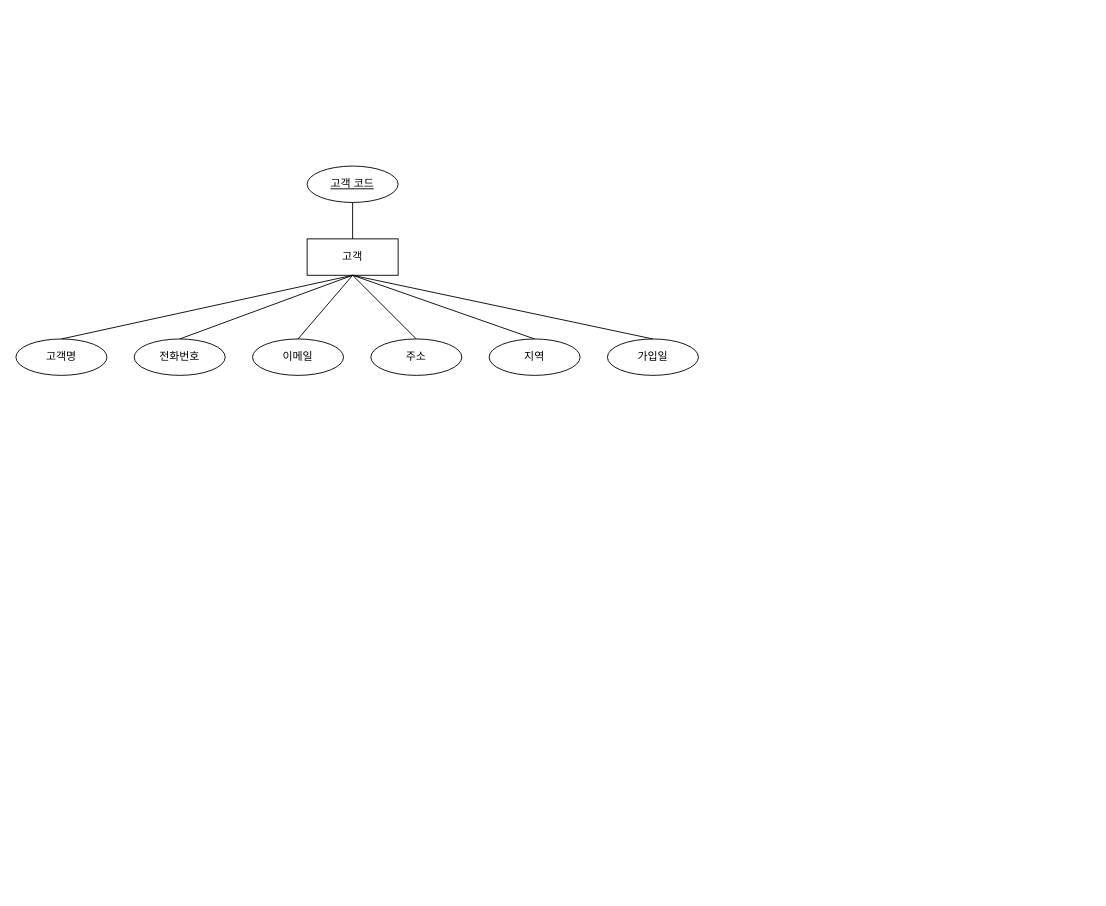
Earlier version of the draw.io diagram erd.drawio (KoYoungJ/ai8erd). Source tidied: cells renumbered, new cells numbered last; positions are measured from the earlier drawing's top-left corner, leaving out a move shared by most shapes. Both pictures are drawn from the tidied source at 91%, with x=0, y=0 at pixel (15, 166).
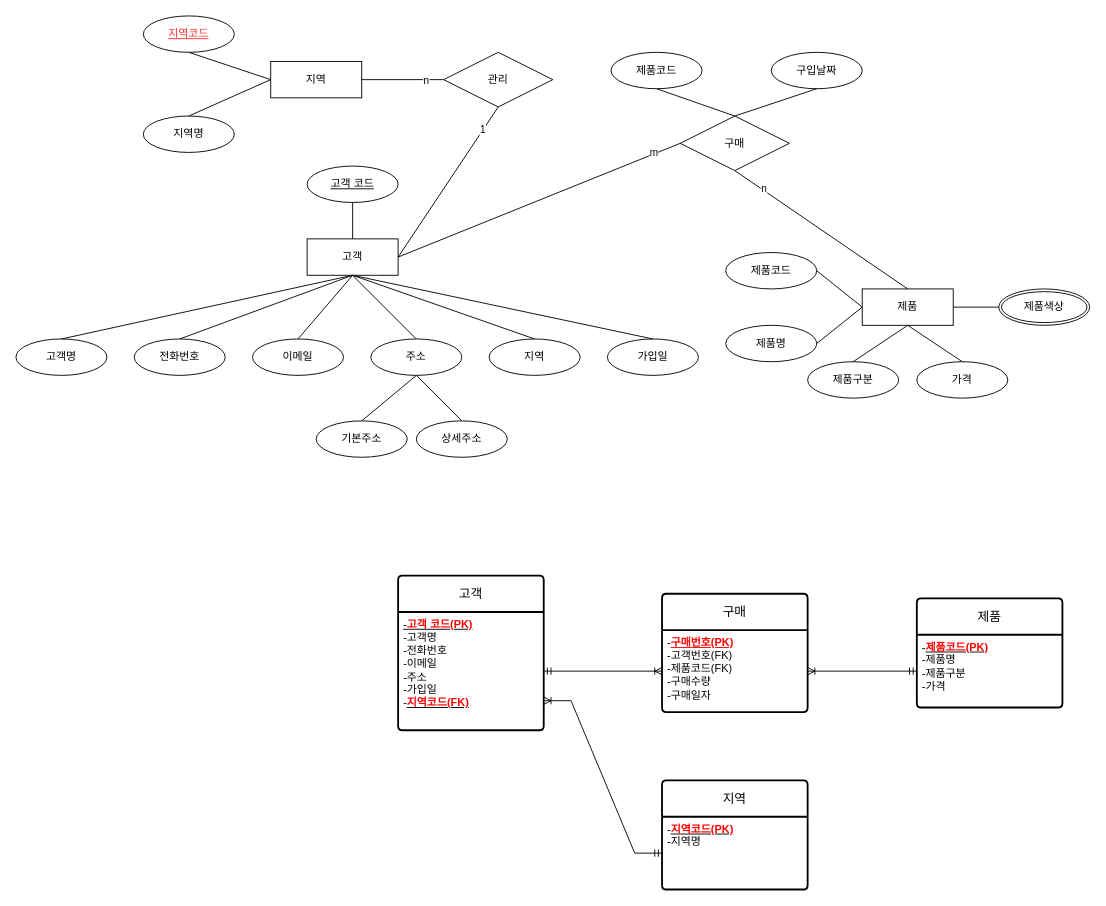
The same page after the edit.

The change refers to these unchanged cells:
```xml
<mxCell id="2" value="고객" style="whiteSpace=wrap;html=1;align=center;" parent="1" vertex="1">
  <mxGeometry x="320" y="80" width="100" height="40" as="geometry" />
</mxCell>
<mxCell id="4" value="주소" style="ellipse;whiteSpace=wrap;html=1;align=center;" parent="1" vertex="1">
  <mxGeometry x="390" y="190" width="100" height="40" as="geometry" />
</mxCell>
```

The edit, as a diff of the source:
```diff
@@
+    <mxCell id="17" value="기본주소" style="ellipse;whiteSpace=wrap;html=1;align=center;" parent="1" vertex="1">
+      <mxGeometry x="330" y="280" width="100" height="40" as="geometry" />
+    </mxCell>
+    <mxCell id="18" value="상세주소" style="ellipse;whiteSpace=wrap;html=1;align=center;" parent="1" vertex="1">
+      <mxGeometry x="440" y="280" width="100" height="40" as="geometry" />
+    </mxCell>
+    <mxCell id="19" style="endArrow=none;html=1;rounded=0;entryX=0.5;entryY=1;entryDx=0;entryDy=0;exitX=0.5;exitY=0;exitDx=0;exitDy=0;" parent="1" edge="1" source="17" target="4">
+      <mxGeometry relative="1" as="geometry" />
+    </mxCell>
+    <mxCell id="20" style="endArrow=none;html=1;rounded=0;entryX=0.5;entryY=1;entryDx=0;entryDy=0;exitX=0.5;exitY=0;exitDx=0;exitDy=0;" parent="1" edge="1" source="18" target="4">
+      <mxGeometry relative="1" as="geometry" />
+    </mxCell>
+    <mxCell id="21" value="지역" style="whiteSpace=wrap;html=1;align=center;" parent="1" vertex="1">
+      <mxGeometry x="280" y="-115" width="100" height="40" as="geometry" />
+    </mxCell>
+    <mxCell id="22" value="지역코드" style="ellipse;whiteSpace=wrap;html=1;align=center;fontStyle=4;fontColor=#FF3333;" parent="1" vertex="1">
+      <mxGeometry x="140" y="-165" width="100" height="40" as="geometry" />
+    </mxCell>
+    <mxCell id="23" value="지역명" style="ellipse;whiteSpace=wrap;html=1;align=center;" parent="1" vertex="1">
+      <mxGeometry x="140" y="-55" width="100" height="40" as="geometry" />
+    </mxCell>
+    <mxCell id="24" style="endArrow=none;html=1;rounded=0;entryX=0;entryY=0.5;entryDx=0;entryDy=0;exitX=0.5;exitY=1;exitDx=0;exitDy=0;" parent="1" edge="1" source="22" target="21">
+      <mxGeometry relative="1" as="geometry" />
+    </mxCell>
+    <mxCell id="25" style="endArrow=none;html=1;rounded=0;exitX=0.5;exitY=0;exitDx=0;exitDy=0;entryX=0;entryY=0.5;entryDx=0;entryDy=0;" parent="1" edge="1" source="23" target="21">
+      <mxGeometry relative="1" as="geometry" />
+    </mxCell>
+    <mxCell id="26" value="제품" style="whiteSpace=wrap;html=1;align=center;" parent="1" vertex="1">
+      <mxGeometry x="930" y="135" width="100" height="40" as="geometry" />
+    </mxCell>
+    <mxCell id="27" value="제품코드" style="ellipse;whiteSpace=wrap;html=1;align=center;" parent="1" vertex="1">
+      <mxGeometry x="780" y="95" width="100" height="40" as="geometry" />
+    </mxCell>
+    <mxCell id="28" value="제품명" style="ellipse;whiteSpace=wrap;html=1;align=center;" parent="1" vertex="1">
+      <mxGeometry x="780" y="175" width="100" height="40" as="geometry" />
+    </mxCell>
+    <mxCell id="29" value="제품구분" style="ellipse;whiteSpace=wrap;html=1;align=center;" parent="1" vertex="1">
+      <mxGeometry x="870" y="215" width="100" height="40" as="geometry" />
+    </mxCell>
+    <mxCell id="30" value="가격" style="ellipse;whiteSpace=wrap;html=1;align=center;" parent="1" vertex="1">
+      <mxGeometry x="990" y="215" width="100" height="40" as="geometry" />
+    </mxCell>
+    <mxCell id="31" value="제품색상" style="ellipse;shape=doubleEllipse;margin=3;whiteSpace=wrap;html=1;align=center;" parent="1" vertex="1">
+      <mxGeometry x="1080" y="135" width="100" height="40" as="geometry" />
+    </mxCell>
+    <mxCell id="32" style="endArrow=none;html=1;rounded=0;exitX=0;exitY=0.5;exitDx=0;exitDy=0;entryX=1;entryY=0.5;entryDx=0;entryDy=0;" parent="1" edge="1" source="26" target="27">
+      <mxGeometry relative="1" as="geometry" />
+    </mxCell>
+    <mxCell id="33" style="endArrow=none;html=1;rounded=0;exitX=0;exitY=0.5;exitDx=0;exitDy=0;entryX=1;entryY=0.5;entryDx=0;entryDy=0;" parent="1" edge="1" source="26" target="28">
+      <mxGeometry relative="1" as="geometry" />
+    </mxCell>
+    <mxCell id="34" style="endArrow=none;html=1;rounded=0;exitX=0.5;exitY=1;exitDx=0;exitDy=0;entryX=0.5;entryY=0;entryDx=0;entryDy=0;" parent="1" edge="1" source="26" target="29">
+      <mxGeometry relative="1" as="geometry" />
+    </mxCell>
+    <mxCell id="35" style="endArrow=none;html=1;rounded=0;entryX=0.5;entryY=0;entryDx=0;entryDy=0;" parent="1" edge="1" target="30">
+      <mxGeometry relative="1" as="geometry">
+        <mxPoint x="980" y="175" as="sourcePoint" />
+      </mxGeometry>
+    </mxCell>
+    <mxCell id="36" style="endArrow=none;html=1;rounded=0;entryX=0;entryY=0.5;entryDx=0;entryDy=0;exitX=1;exitY=0.5;exitDx=0;exitDy=0;" parent="1" edge="1" source="26" target="31">
+      <mxGeometry relative="1" as="geometry" />
+    </mxCell>
+    <mxCell id="37" value="관리" style="shape=rhombus;perimeter=rhombusPerimeter;whiteSpace=wrap;html=1;align=center;" parent="1" vertex="1">
+      <mxGeometry x="470" y="-125" width="120" height="60" as="geometry" />
+    </mxCell>
+    <mxCell id="38" style="endArrow=none;html=1;rounded=0;entryX=1;entryY=0.5;entryDx=0;entryDy=0;exitX=0.5;exitY=1;exitDx=0;exitDy=0;" parent="1" edge="1" source="37" target="2">
+      <mxGeometry relative="1" as="geometry" />
+    </mxCell>
+    <mxCell id="39" value="1" style="edgeLabel;html=1;align=center;verticalAlign=middle;" parent="38" vertex="1">
+      <mxGeometry x="-0.7" y="-1" relative="1" as="geometry" />
+    </mxCell>
+    <mxCell id="40" style="endArrow=none;html=1;rounded=0;entryX=1;entryY=0.5;entryDx=0;entryDy=0;exitX=0;exitY=0.5;exitDx=0;exitDy=0;" parent="1" edge="1" source="37" target="21">
+      <mxGeometry relative="1" as="geometry" />
+    </mxCell>
+    <mxCell id="41" value="n" style="edgeLabel;html=1;align=center;verticalAlign=middle;" parent="40" vertex="1">
+      <mxGeometry x="-0.56" relative="1" as="geometry" />
+    </mxCell>
+    <mxCell id="42" value="구매" style="shape=rhombus;perimeter=rhombusPerimeter;whiteSpace=wrap;html=1;align=center;" parent="1" vertex="1">
+      <mxGeometry x="730" y="-55" width="120" height="60" as="geometry" />
+    </mxCell>
+    <mxCell id="43" style="endArrow=none;html=1;rounded=0;entryX=1;entryY=0.5;entryDx=0;entryDy=0;exitX=0;exitY=0.5;exitDx=0;exitDy=0;" parent="1" edge="1" source="42" target="2">
+      <mxGeometry relative="1" as="geometry" />
+    </mxCell>
+    <mxCell id="44" value="m" style="edgeLabel;html=1;align=center;verticalAlign=middle;" parent="43" vertex="1">
+      <mxGeometry x="-0.85" y="5" relative="1" as="geometry">
+        <mxPoint x="-8" y="-4" as="offset" />
+      </mxGeometry>
+    </mxCell>
+    <mxCell id="45" style="endArrow=none;html=1;rounded=0;entryX=0.5;entryY=0;entryDx=0;entryDy=0;exitX=0.5;exitY=1;exitDx=0;exitDy=0;" parent="1" edge="1" source="42" target="26">
+      <mxGeometry relative="1" as="geometry" />
+    </mxCell>
+    <mxCell id="46" value="n" style="edgeLabel;html=1;align=center;verticalAlign=middle;" parent="45" vertex="1">
+      <mxGeometry x="-0.68" y="2" relative="1" as="geometry" />
+    </mxCell>
+    <mxCell id="47" value="제품코드" style="ellipse;whiteSpace=wrap;html=1;align=center;" parent="1" vertex="1">
+      <mxGeometry x="654" y="-125" width="100" height="40" as="geometry" />
+    </mxCell>
+    <mxCell id="48" value="구입날짜" style="ellipse;whiteSpace=wrap;html=1;align=center;" parent="1" vertex="1">
+      <mxGeometry x="830" y="-125" width="100" height="40" as="geometry" />
+    </mxCell>
+    <mxCell id="49" style="endArrow=none;html=1;rounded=0;entryX=0.5;entryY=1;entryDx=0;entryDy=0;exitX=0.5;exitY=0;exitDx=0;exitDy=0;" parent="1" edge="1" source="42" target="47">
+      <mxGeometry relative="1" as="geometry" />
+    </mxCell>
+    <mxCell id="50" style="endArrow=none;html=1;rounded=0;entryX=0.5;entryY=1;entryDx=0;entryDy=0;" parent="1" edge="1" target="48">
+      <mxGeometry relative="1" as="geometry">
+        <mxPoint x="790" y="-55" as="sourcePoint" />
+      </mxGeometry>
+    </mxCell>
+    <mxCell id="51" value="고객" style="swimlane;horizontal=1;startSize=40;rounded=1;fontSize=14;fontStyle=0;strokeWidth=2;shadow=0;dashed=0;align=center;arcSize=4;whiteSpace=wrap;html=1;" parent="1" vertex="1">
+      <mxGeometry x="420" y="450" width="160" height="170" as="geometry" />
+    </mxCell>
+    <mxCell id="52" value="&lt;span style=&quot;text-decoration-line: underline;&quot;&gt;&lt;font style=&quot;&quot;&gt;-&lt;/font&gt;&lt;font style=&quot;font-weight: bold;&quot; color=&quot;#ff0000&quot;&gt;고객 코드(PK)&lt;/font&gt;&lt;/span&gt;&lt;br&gt;-고객명&lt;br&gt;-전화번호&lt;br&gt;-이메일&lt;br&gt;-주소&lt;br&gt;-가입일&lt;br&gt;-&lt;b&gt;&lt;u&gt;&lt;font color=&quot;#ff0000&quot;&gt;지역코드(FK)&lt;/font&gt;&lt;/u&gt;&lt;/b&gt;" style="align=left;strokeColor=none;fillColor=none;spacingLeft=4;fontSize=12;verticalAlign=top;html=1;" parent="51" vertex="1">
+      <mxGeometry y="40" width="160" height="130" as="geometry" />
+    </mxCell>
+    <mxCell id="53" value="지역" style="swimlane;horizontal=1;startSize=40;rounded=1;fontSize=14;fontStyle=0;strokeWidth=2;shadow=0;dashed=0;align=center;arcSize=4;whiteSpace=wrap;html=1;" parent="1" vertex="1">
+      <mxGeometry x="710" y="675" width="160" height="120" as="geometry" />
+    </mxCell>
+    <mxCell id="54" value="-&lt;b&gt;&lt;u&gt;&lt;font color=&quot;#ff0000&quot;&gt;지역코드(PK)&lt;/font&gt;&lt;/u&gt;&lt;/b&gt;&lt;br&gt;-지역명" style="align=left;strokeColor=none;fillColor=none;spacingLeft=4;fontSize=12;verticalAlign=top;html=1;" parent="53" vertex="1">
+      <mxGeometry y="40" width="160" height="80" as="geometry" />
+    </mxCell>
+    <mxCell id="55" style="edgeStyle=entityRelationEdgeStyle;fontSize=12;html=1;endArrow=ERoneToMany;startArrow=ERmandOne;rounded=0;entryX=1;entryY=0.75;entryDx=0;entryDy=0;exitX=0;exitY=0.5;exitDx=0;exitDy=0;" parent="1" edge="1" source="54" target="52">
+      <mxGeometry relative="1" as="geometry" />
+    </mxCell>
+    <mxCell id="56" value="제품" style="swimlane;horizontal=1;startSize=40;rounded=1;fontSize=14;fontStyle=0;strokeWidth=2;shadow=0;dashed=0;align=center;arcSize=4;whiteSpace=wrap;html=1;" parent="1" vertex="1">
+      <mxGeometry x="990" y="475" width="160" height="120" as="geometry" />
+    </mxCell>
+    <mxCell id="57" value="-&lt;b&gt;&lt;u&gt;&lt;font color=&quot;#ff0000&quot;&gt;제품코드(PK)&lt;/font&gt;&lt;/u&gt;&lt;/b&gt;&lt;br&gt;-제품명&lt;br&gt;-제품구분&lt;br&gt;-가격" style="align=left;strokeColor=none;fillColor=none;spacingLeft=4;fontSize=12;verticalAlign=top;html=1;" parent="56" vertex="1">
+      <mxGeometry y="40" width="160" height="80" as="geometry" />
+    </mxCell>
+    <mxCell id="58" value="구매" style="swimlane;horizontal=1;startSize=40;rounded=1;fontSize=14;fontStyle=0;strokeWidth=2;shadow=0;dashed=0;align=center;arcSize=4;whiteSpace=wrap;html=1;" parent="1" vertex="1">
+      <mxGeometry x="710" y="470" width="160" height="130" as="geometry" />
+    </mxCell>
+    <mxCell id="59" value="-&lt;b&gt;&lt;font color=&quot;#ff0000&quot;&gt;&lt;u&gt;구매번호(PK)&lt;/u&gt;&lt;/font&gt;&lt;/b&gt;&lt;br&gt;-고객번호(FK)&lt;br&gt;-제품코드(FK)&lt;br&gt;-구매수량&lt;br&gt;-구매일자" style="align=left;strokeColor=none;fillColor=none;spacingLeft=4;fontSize=12;verticalAlign=top;html=1;" parent="58" vertex="1">
+      <mxGeometry y="40" width="160" height="90" as="geometry" />
+    </mxCell>
+    <mxCell id="60" style="edgeStyle=entityRelationEdgeStyle;fontSize=12;html=1;endArrow=ERoneToMany;startArrow=ERmandOne;rounded=0;entryX=0;entryY=0.5;entryDx=0;entryDy=0;exitX=1;exitY=0.5;exitDx=0;exitDy=0;" parent="1" edge="1" source="52" target="59">
+      <mxGeometry relative="1" as="geometry" />
+    </mxCell>
+    <mxCell id="61" style="edgeStyle=entityRelationEdgeStyle;fontSize=12;html=1;endArrow=ERoneToMany;startArrow=ERmandOne;rounded=0;entryX=1;entryY=0.5;entryDx=0;entryDy=0;exitX=0;exitY=0.5;exitDx=0;exitDy=0;" parent="1" edge="1" source="57" target="59">
+      <mxGeometry relative="1" as="geometry" />
+    </mxCell>
```
